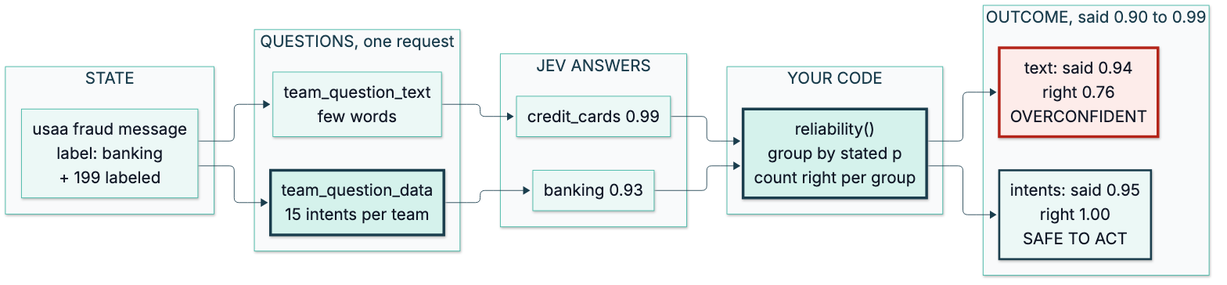
The Mermaid diagram course/diagrams/module_03/p1-solution-reliability.png in axel-sirota/getting_started_jev, before a commit. Its source is kept beside it as course/diagrams/module_03/p1-solution-reliability.mmd. Its diagram source:
```mermaid
%%{init: {"theme": "base", "themeVariables": {"fontFamily": "Inter, sans-serif", "primaryColor": "#ECF8F6", "primaryBorderColor": "#40B8A6", "primaryTextColor": "#111827", "lineColor": "#1A3D4D", "secondaryColor": "#F9FAFB", "tertiaryColor": "#FFFFFF", "clusterBkg": "#F9FAFB", "clusterBorder": "#D1D5DB", "actorBkg": "#ECF8F6", "actorBorder": "#40B8A6", "noteBkgColor": "#FFF6DA", "noteBorderColor": "#E0B84C"}}}%%
flowchart LR
  subgraph STATE["STATE"]
    S["usaa fraud message<br/>label: banking<br/>+ 199 labeled"]
  end
  subgraph QUESTIONS["QUESTIONS, one request"]
    Q1["team_question_text<br/>few words"]
    Q2["team_question_data<br/>15 intents per team"]
  end
  subgraph ANSWERS["JEV ANSWERS"]
    A1["credit_cards 0.99"]
    A2["banking 0.93"]
  end
  subgraph CODE["YOUR CODE"]
    C["reliability()<br/>group by stated p<br/>count right per group"]
  end
  subgraph OUTCOME["OUTCOME, said 0.90 to 0.99"]
    O1["text: said 0.94<br/>right 0.76<br/>OVERCONFIDENT"]
    O2["intents: said 0.95<br/>right 1.00<br/>SAFE TO ACT"]
  end
  S --> Q1 --> A1 --> C
  S --> Q2 --> A2 --> C
  C --> O1
  C --> O2

  classDef fail fill:#FDECEA,stroke:#B42318,stroke-width:4px
  classDef changed fill:#D5F2EC,stroke:#1A3D4D,stroke-width:4px
  classDef ok fill:#ECF8F6,stroke:#1A3D4D,stroke-width:3px
  class Q2 changed
  class C changed
  class O1 fail
  class O2 ok
```
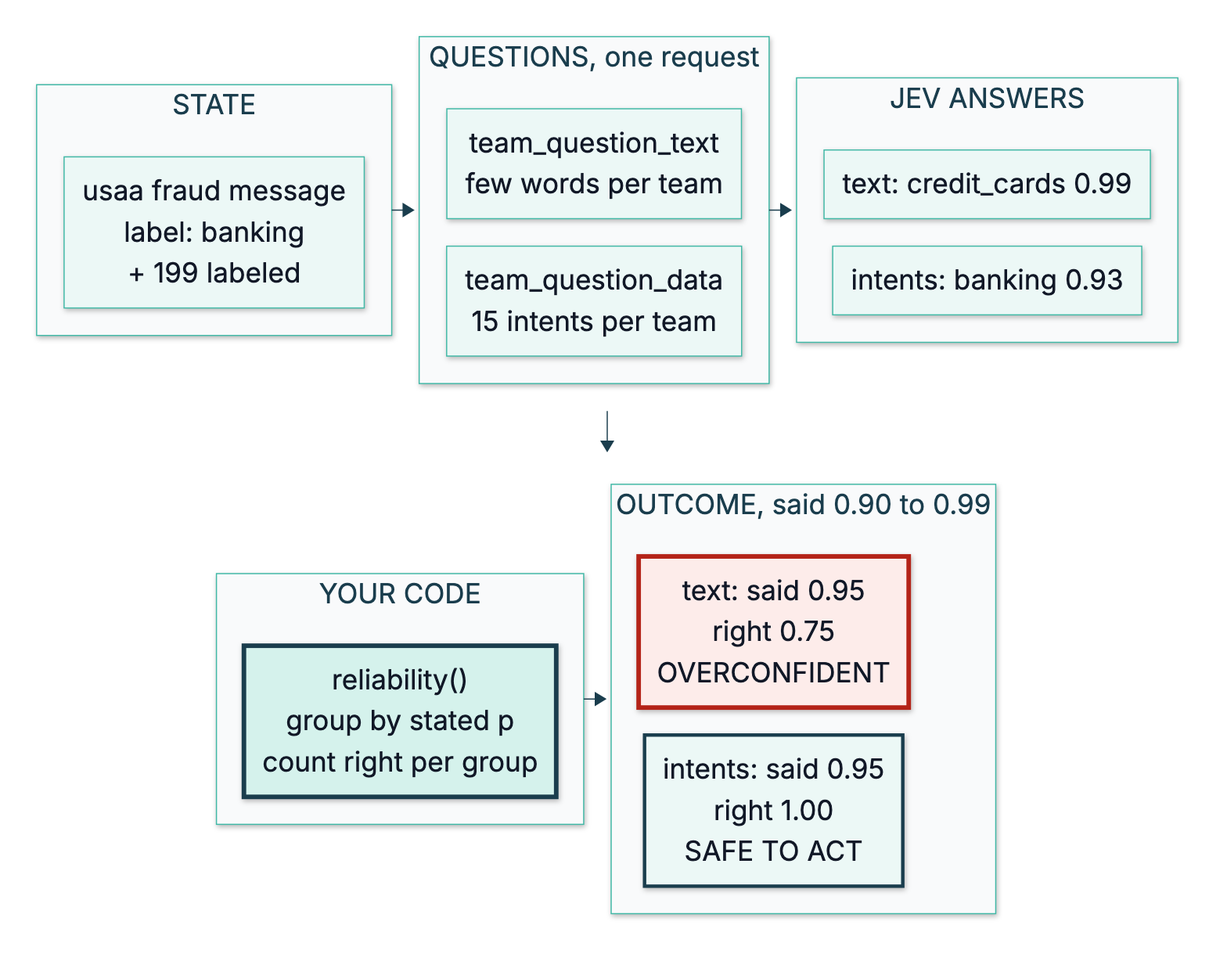
After the change.

Diff of the diagram source:
```diff
@@ -1,32 +1,46 @@
 %%{init: {"theme": "base", "themeVariables": {"fontFamily": "Inter, sans-serif", "primaryColor": "#ECF8F6", "primaryBorderColor": "#40B8A6", "primaryTextColor": "#111827", "lineColor": "#1A3D4D", "secondaryColor": "#F9FAFB", "tertiaryColor": "#FFFFFF", "clusterBkg": "#F9FAFB", "clusterBorder": "#D1D5DB", "actorBkg": "#ECF8F6", "actorBorder": "#40B8A6", "noteBkgColor": "#FFF6DA", "noteBorderColor": "#E0B84C"}}}%%
-flowchart LR
-  subgraph STATE["STATE"]
-    S["usaa fraud message<br/>label: banking<br/>+ 199 labeled"]
+flowchart TB
+  subgraph ROW1[" "]
+    direction LR
+    subgraph STATE["STATE"]
+      S["usaa fraud message<br/>label: banking<br/>+ 199 labeled"]
+    end
+    subgraph QUESTIONS["QUESTIONS, one request"]
+      direction TB
+      Q1["team_question_text<br/>few words per team"]
+      Q2["team_question_data<br/>15 intents per team"]
+      Q1 ~~~ Q2
+    end
+    subgraph ANSWERS["JEV ANSWERS"]
+      direction TB
+      A1["text: credit_cards 0.99"]
+      A2["intents: banking 0.93"]
+      A1 ~~~ A2
+    end
+    STATE --> QUESTIONS --> ANSWERS
   end
-  subgraph QUESTIONS["QUESTIONS, one request"]
-    Q1["team_question_text<br/>few words"]
-    Q2["team_question_data<br/>15 intents per team"]
+  subgraph ROW2[" "]
+    direction LR
+    subgraph CODE["YOUR CODE"]
+      C["reliability()<br/>group by stated p<br/>count right per group"]
+    end
+    subgraph OUTCOME["OUTCOME, said 0.90 to 0.99"]
+      direction TB
+      O1["text: said 0.95<br/>right 0.75<br/>OVERCONFIDENT"]
+      O2["intents: said 0.95<br/>right 1.00<br/>SAFE TO ACT"]
+      O1 ~~~ O2
+    end
+    CODE --> OUTCOME
   end
-  subgraph ANSWERS["JEV ANSWERS"]
-    A1["credit_cards 0.99"]
-    A2["banking 0.93"]
-  end
-  subgraph CODE["YOUR CODE"]
-    C["reliability()<br/>group by stated p<br/>count right per group"]
-  end
-  subgraph OUTCOME["OUTCOME, said 0.90 to 0.99"]
-    O1["text: said 0.94<br/>right 0.76<br/>OVERCONFIDENT"]
-    O2["intents: said 0.95<br/>right 1.00<br/>SAFE TO ACT"]
-  end
-  S --> Q1 --> A1 --> C
-  S --> Q2 --> A2 --> C
-  C --> O1
-  C --> O2
+  ROW1 --> ROW2
 
   classDef fail fill:#FDECEA,stroke:#B42318,stroke-width:4px
   classDef changed fill:#D5F2EC,stroke:#1A3D4D,stroke-width:4px
   classDef ok fill:#ECF8F6,stroke:#1A3D4D,stroke-width:3px
-  class Q2 changed
+  classDef muted fill:#F3F4F6,stroke:#9CA3AF,stroke-width:2px,color:#6B7280
+  classDef human fill:#FFF6DA,stroke:#E0B84C,stroke-width:3px
+  style ROW1 fill:none,stroke:none
+  style ROW2 fill:none,stroke:none
   class C changed
   class O1 fail
   class O2 ok
```
